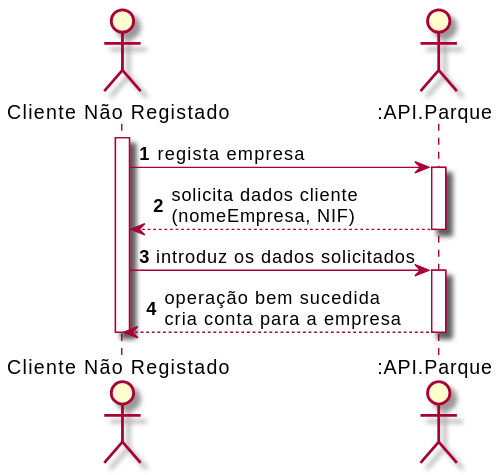
The PlantUML diagram Documentos/Sprint2/UC1/UC1-SSD.svg in UPskillDOTNET/Jakim-das-Coives-S.A., before a commit. Source of this version:
```plantuml
@startuml
autonumber
actor "Cliente Não Registado" as UserNR
actor ":API.Parque" as API

activate UserNR
UserNR -> "API" : regista empresa
activate "API"
"API" --> UserNR : solicita dados cliente \n(nomeEmpresa, NIF)
deactivate "API"

UserNR -> "API" : introduz os dados solicitados
activate "API"

"API" --> UserNR : operação bem sucedida \ncria conta para a empresa
deactivate "API"

deactivate UserNR
@enduml
```
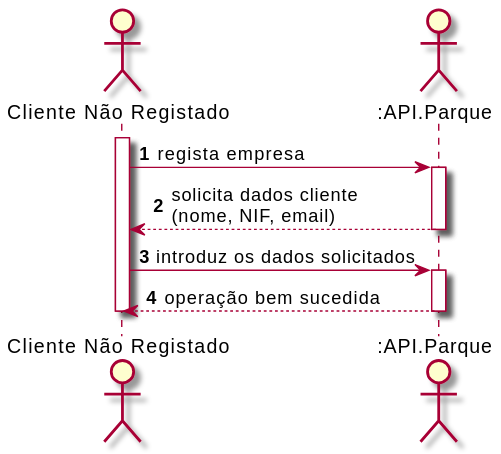
After the commit.

Change to the diagram source:
```diff
@@ -6,13 +6,13 @@
 activate UserNR
 UserNR -> "API" : regista empresa
 activate "API"
-"API" --> UserNR : solicita dados cliente \n(nomeEmpresa, NIF)
+"API" --> UserNR : solicita dados cliente \n(nome, NIF, email)
 deactivate "API"
 
 UserNR -> "API" : introduz os dados solicitados
 activate "API"
 
-"API" --> UserNR : operação bem sucedida \ncria conta para a empresa
+"API" --> UserNR : operação bem sucedida
 deactivate "API"
 
 deactivate UserNR
```
